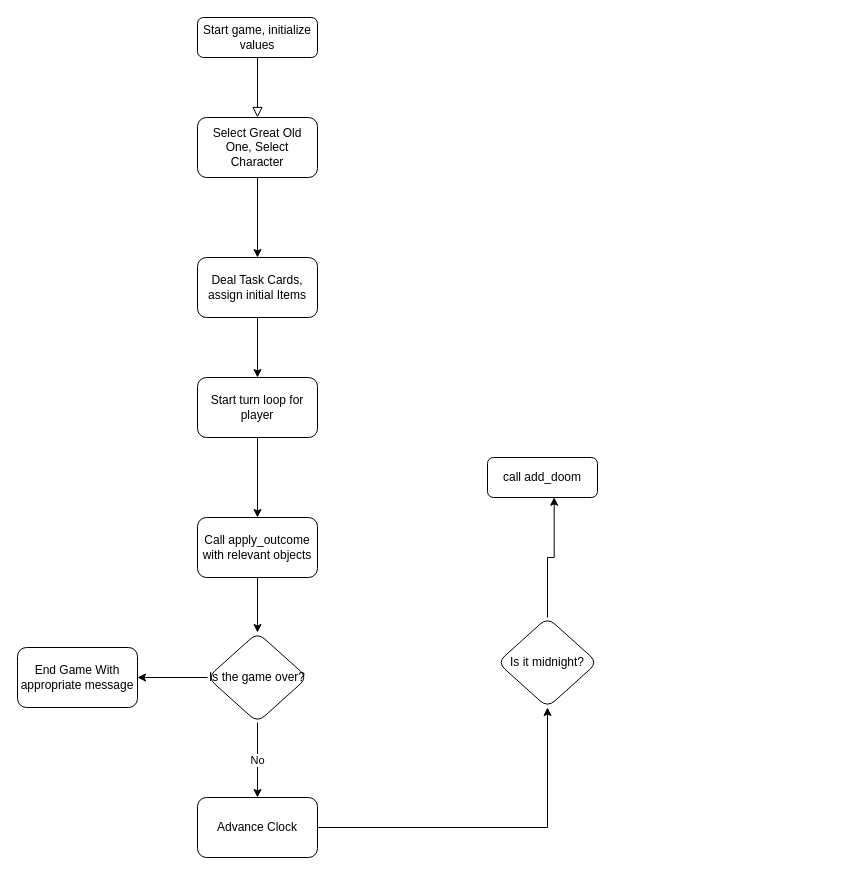
This is assets/diagrams/Untitled Diagram.drawio from smtilson/pp3-command-line-game, a draw.io file, before an edit. Source tidied: cells renumbered, new cells numbered last; positions are measured from the earlier drawing's top-left corner, leaving out a move shared by most shapes. Both pictures are drawn from the tidied source at 100%, with x=0, y=0 at pixel (17, 17).
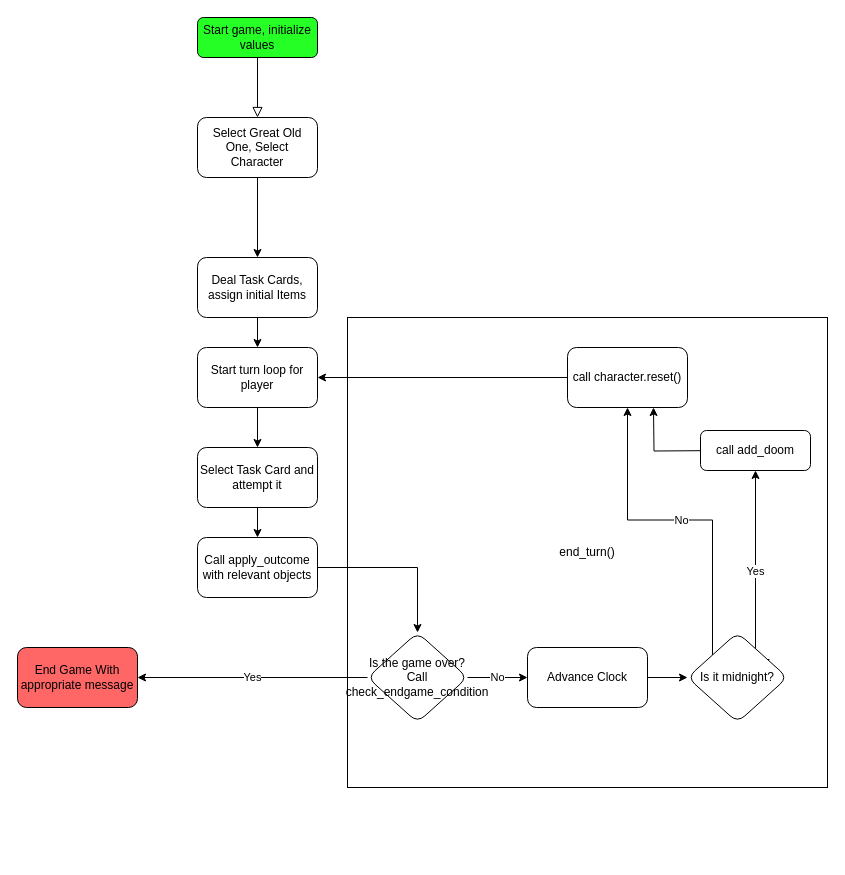
The same diagram, later.

Commit message:
Update Untitled Diagram, should be named main-gameplay-loop.drawio

The edit, as a diff of the source:
```diff
@@
+    <mxCell id="21" value="end_turn()" style="whiteSpace=wrap;html=1;" parent="1" vertex="1">
+      <mxGeometry x="330" y="300" width="480" height="470" as="geometry" />
+    </mxCell>
@@
-    <mxCell id="3" value="Start game, initialize values" style="rounded=1;whiteSpace=wrap;html=1;fontSize=12;glass=0;strokeWidth=1;shadow=0;" parent="1" vertex="1">
+    <mxCell id="3" value="Start game, initialize values" style="rounded=1;whiteSpace=wrap;html=1;fontSize=12;glass=0;strokeWidth=1;shadow=0;fillColor=#26FF26;" parent="1" vertex="1">
       <mxGeometry x="180" width="120" height="40" as="geometry" />
     </mxCell>
@@
-    <mxCell id="8" style="edgeStyle=orthogonalEdgeStyle;rounded=0;jettySize=auto;html=1;" parent="1" edge="1" source="9" target="11">
-      <mxGeometry relative="1" as="geometry" />
-    </mxCell>
+    <mxCell id="22" style="edgeStyle=orthogonalEdgeStyle;rounded=0;jettySize=auto;html=1;" parent="1" edge="1" source="9" target="25">
+      <mxGeometry relative="1" as="geometry" />
+    </mxCell>
     <mxCell id="9" value="Start turn loop for player" style="rounded=1;whiteSpace=wrap;html=1;" parent="1" vertex="1">
-      <mxGeometry x="180" y="360" width="120" height="60" as="geometry" />
+      <mxGeometry x="180" y="330" width="120" height="60" as="geometry" />
     </mxCell>
@@
     <mxCell id="11" value="Call apply_outcome with relevant objects" style="rounded=1;whiteSpace=wrap;html=1;" parent="1" vertex="1">
-      <mxGeometry x="180" y="500" width="120" height="60" as="geometry" />
+      <mxGeometry x="180" y="520" width="120" height="60" as="geometry" />
     </mxCell>
-    <mxCell id="12" style="edgeStyle=orthogonalEdgeStyle;rounded=0;jettySize=auto;html=1;" parent="1" edge="1" source="13" target="14">
-      <mxGeometry relative="1" as="geometry" />
-    </mxCell>
-    <mxCell id="13" value="Advance Clock" style="rounded=1;whiteSpace=wrap;html=1;" parent="1" vertex="1">
-      <mxGeometry x="180" y="780" width="120" height="60" as="geometry" />
-    </mxCell>
-    <mxCell id="14" value="Is it midnight?" style="rhombus;whiteSpace=wrap;html=1;rounded=1;" parent="1" vertex="1">
-      <mxGeometry x="480" y="600" width="100" height="90" as="geometry" />
-    </mxCell>
-    <mxCell id="15" value="call add_doom" style="whiteSpace=wrap;html=1;rounded=1;" parent="1" vertex="1">
-      <mxGeometry x="470" y="440" width="110" height="40" as="geometry" />
-    </mxCell>
-    <mxCell id="16" style="edgeStyle=orthogonalEdgeStyle;rounded=0;jettySize=auto;html=1;entryX=0.606;entryY=0.994;entryDx=0;entryDy=0;entryPerimeter=0;" parent="1" edge="1" source="14" target="15">
-      <mxGeometry relative="1" as="geometry" />
-    </mxCell>
@@
-    <mxCell id="18" style="edgeStyle=orthogonalEdgeStyle;rounded=0;jettySize=auto;html=1;" parent="1" edge="1" source="19" target="20">
+    <mxCell id="18" value="Yes" style="edgeStyle=orthogonalEdgeStyle;rounded=0;jettySize=auto;html=1;" parent="1" edge="1" source="19" target="20">
       <mxGeometry relative="1" as="geometry" />
     </mxCell>
-    <mxCell id="19" value="Is the game over?" style="rhombus;whiteSpace=wrap;html=1;rounded=1;" parent="1" vertex="1">
-      <mxGeometry x="190" y="615" width="100" height="90" as="geometry" />
+    <mxCell id="19" value="Is the game over?&lt;div&gt;Call check_endgame_condition&lt;/div&gt;" style="rhombus;whiteSpace=wrap;html=1;rounded=1;" parent="1" vertex="1">
+      <mxGeometry x="350" y="615" width="100" height="90" as="geometry" />
     </mxCell>
-    <mxCell id="20" value="End Game With appropriate message" style="whiteSpace=wrap;html=1;rounded=1;" parent="1" vertex="1">
+    <mxCell id="20" value="End Game With appropriate message" style="whiteSpace=wrap;html=1;rounded=1;fillColor=#FF6666;" parent="1" vertex="1">
       <mxGeometry y="630" width="120" height="60" as="geometry" />
     </mxCell>
+    <mxCell id="23" style="edgeStyle=orthogonalEdgeStyle;rounded=0;jettySize=auto;html=1;" parent="1" edge="1" source="29" target="9">
+      <mxGeometry relative="1" as="geometry" />
+    </mxCell>
+    <mxCell id="24" style="edgeStyle=orthogonalEdgeStyle;rounded=0;jettySize=auto;html=1;" parent="1" edge="1" source="25" target="11">
+      <mxGeometry relative="1" as="geometry" />
+    </mxCell>
+    <mxCell id="25" value="Select Task Card and attempt it" style="rounded=1;whiteSpace=wrap;html=1;" parent="1" vertex="1">
+      <mxGeometry x="180" y="430" width="120" height="60" as="geometry" />
+    </mxCell>
+    <mxCell id="12" style="edgeStyle=orthogonalEdgeStyle;rounded=0;jettySize=auto;html=1;" parent="1" edge="1" source="13" target="14">
+      <mxGeometry relative="1" as="geometry" />
+    </mxCell>
+    <mxCell id="13" value="Advance Clock" style="rounded=1;whiteSpace=wrap;html=1;" parent="1" vertex="1">
+      <mxGeometry x="510" y="630" width="120" height="60" as="geometry" />
+    </mxCell>
+    <mxCell id="26" value="Yes" style="edgeStyle=orthogonalEdgeStyle;rounded=0;orthogonalLoop=1;jettySize=auto;html=1;" parent="1" edge="1">
+      <mxGeometry relative="1" as="geometry">
+        <mxPoint x="752" y="642" as="sourcePoint" />
+        <mxPoint x="738" y="453" as="targetPoint" />
+        <Array as="points">
+          <mxPoint x="738" y="642" />
+        </Array>
+      </mxGeometry>
+    </mxCell>
+    <mxCell id="27" value="No" style="edgeStyle=orthogonalEdgeStyle;rounded=0;jettySize=auto;html=1;exitX=0;exitY=0;exitDx=0;exitDy=0;entryX=0.5;entryY=1;entryDx=0;entryDy=0;" parent="1" edge="1" source="14" target="29">
+      <mxGeometry relative="1" as="geometry" />
+    </mxCell>
+    <mxCell id="14" value="Is it midnight?" style="rhombus;whiteSpace=wrap;html=1;rounded=1;" parent="1" vertex="1">
+      <mxGeometry x="670" y="615" width="100" height="90" as="geometry" />
+    </mxCell>
+    <mxCell id="28" style="edgeStyle=orthogonalEdgeStyle;rounded=0;orthogonalLoop=1;jettySize=auto;html=1;" parent="1" edge="1">
+      <mxGeometry relative="1" as="geometry">
+        <mxPoint x="709" y="433" as="sourcePoint" />
+        <mxPoint x="636" y="390" as="targetPoint" />
+      </mxGeometry>
+    </mxCell>
+    <mxCell id="15" value="call add_doom" style="whiteSpace=wrap;html=1;rounded=1;" parent="1" vertex="1">
+      <mxGeometry x="683" y="413" width="110" height="40" as="geometry" />
+    </mxCell>
+    <mxCell id="29" value="call character.reset()" style="whiteSpace=wrap;html=1;rounded=1;" parent="1" vertex="1">
+      <mxGeometry x="550" y="330" width="120" height="60" as="geometry" />
+    </mxCell>
```
